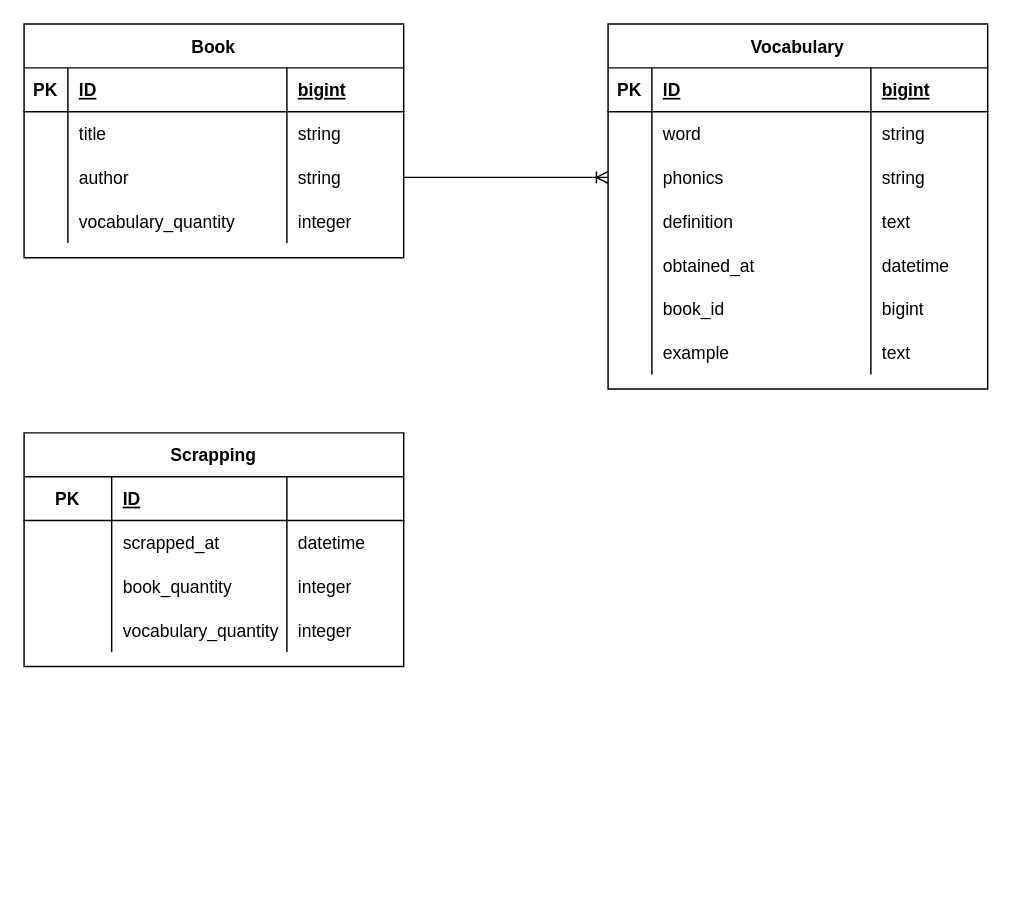
This is db/er/er.drawio from Kubo-yu/vocab-from-kindle, a draw.io file, before an edit. Source tidied: cells renumbered, new cells numbered last; positions are measured from the earlier drawing's top-left corner, leaving out a move shared by most shapes. Both pictures are drawn from the tidied source at 146%, with x=0, y=0 at pixel (23, 23).
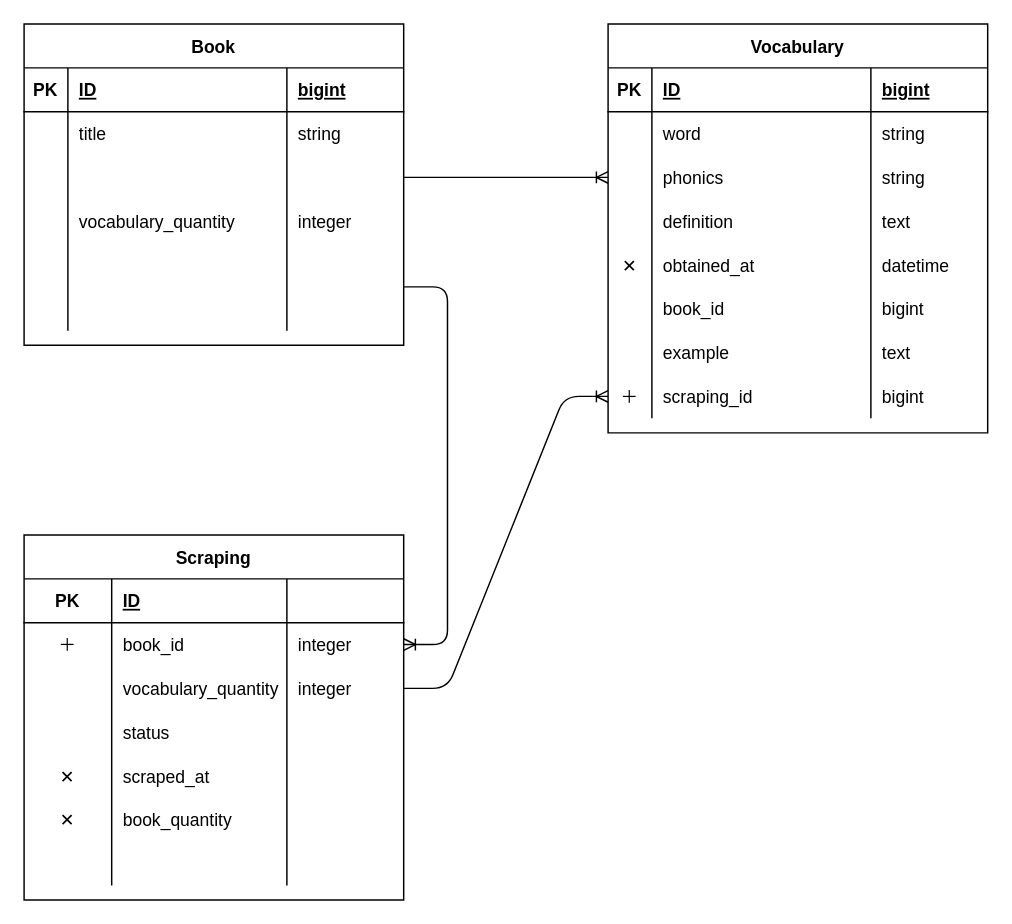
The same diagram, later.

The change refers to these unchanged cells:
```xml
<mxCell id="11" style="shape=partialRectangle;fillColor=none;top=0;left=0;bottom=0;right=0;points=[[0,0.5],[1,0.5]];portConstraint=eastwest;" parent="2" vertex="1">
  <mxGeometry y="90" width="260" height="30" as="geometry" />
</mxCell>
<mxCell id="36" style="shape=partialRectangle;fillColor=none;top=0;left=0;bottom=0;right=0;" parent="19" vertex="1">
  <mxGeometry y="150" width="260" height="30" as="geometry" />
</mxCell>
```

The edit, as a diff of the source:
```diff
@@
     <mxCell id="2" value="Book" style="shape=table;startSize=30;childLayout=tableLayout;rowLines=0;fontStyle=1;align=center;" parent="1" vertex="1">
-      <mxGeometry width="260" height="160" as="geometry" />
+      <mxGeometry width="260" height="220" as="geometry" />
     </mxCell>
@@
-    <mxCell id="13" value="author" style="shape=partialRectangle;fillColor=none;top=0;left=0;bottom=0;right=0;align=left;spacingLeft=6;overflow=hidden;" parent="11" vertex="1">
+    <mxCell id="13" style="shape=partialRectangle;fillColor=none;top=0;left=0;bottom=0;right=0;align=left;spacingLeft=6;overflow=hidden;" parent="11" vertex="1">
       <mxGeometry x="30" width="150" height="30" as="geometry" />
     </mxCell>
-    <mxCell id="14" value="string" style="shape=partialRectangle;fillColor=none;top=0;left=0;bottom=0;right=0;align=left;spacingLeft=6;overflow=hidden;" parent="11" vertex="1">
+    <mxCell id="14" style="shape=partialRectangle;fillColor=none;top=0;left=0;bottom=0;right=0;align=left;spacingLeft=6;overflow=hidden;" parent="11" vertex="1">
       <mxGeometry x="180" width="80" height="30" as="geometry" />
     </mxCell>
@@
+    <mxCell id="66" style="shape=partialRectangle;fillColor=none;top=0;left=0;bottom=0;right=0;" parent="2" vertex="1">
+      <mxGeometry y="150" width="260" height="30" as="geometry" />
+    </mxCell>
+    <mxCell id="67" style="shape=partialRectangle;fillColor=none;top=0;left=0;bottom=0;right=0;overflow=hidden;" parent="66" vertex="1">
+      <mxGeometry width="30" height="30" as="geometry" />
+    </mxCell>
+    <mxCell id="68" style="shape=partialRectangle;fillColor=none;top=0;left=0;bottom=0;right=0;align=left;spacingLeft=6;overflow=hidden;" parent="66" vertex="1">
+      <mxGeometry x="30" width="150" height="30" as="geometry" />
+    </mxCell>
+    <mxCell id="69" style="shape=partialRectangle;fillColor=none;top=0;left=0;bottom=0;right=0;align=left;spacingLeft=6;overflow=hidden;" parent="66" vertex="1">
+      <mxGeometry x="180" width="80" height="30" as="geometry" />
+    </mxCell>
+    <mxCell id="70" style="shape=partialRectangle;fillColor=none;top=0;left=0;bottom=0;right=0;" parent="2" vertex="1">
+      <mxGeometry y="180" width="260" height="30" as="geometry" />
+    </mxCell>
+    <mxCell id="71" style="shape=partialRectangle;fillColor=none;top=0;left=0;bottom=0;right=0;overflow=hidden;" parent="70" vertex="1">
+      <mxGeometry width="30" height="30" as="geometry" />
+    </mxCell>
+    <mxCell id="72" style="shape=partialRectangle;fillColor=none;top=0;left=0;bottom=0;right=0;align=left;spacingLeft=6;overflow=hidden;" parent="70" vertex="1">
+      <mxGeometry x="30" width="150" height="30" as="geometry" />
+    </mxCell>
+    <mxCell id="73" style="shape=partialRectangle;fillColor=none;top=0;left=0;bottom=0;right=0;align=left;spacingLeft=6;overflow=hidden;" parent="70" vertex="1">
+      <mxGeometry x="180" width="80" height="30" as="geometry" />
+    </mxCell>
     <mxCell id="19" value="Vocabulary" style="shape=table;startSize=30;childLayout=tableLayout;rowLines=0;fontStyle=1;align=center;" parent="1" vertex="1">
-      <mxGeometry x="400" width="260" height="250" as="geometry" />
+      <mxGeometry x="400" width="260" height="280" as="geometry" />
     </mxCell>
@@
-    <mxCell id="37" style="shape=partialRectangle;fillColor=none;top=0;left=0;bottom=0;right=0;overflow=hidden;" parent="36" vertex="1">
+    <mxCell id="37" value="✕" style="shape=partialRectangle;fillColor=none;top=0;left=0;bottom=0;right=0;overflow=hidden;" parent="36" vertex="1">
       <mxGeometry width="30" height="30" as="geometry" />
     </mxCell>
@@
+    <mxCell id="74" style="shape=partialRectangle;fillColor=none;top=0;left=0;bottom=0;right=0;points=[[0,0.5],[1,0.5]];portConstraint=eastwest;" parent="19" vertex="1">
+      <mxGeometry y="240" width="260" height="30" as="geometry" />
+    </mxCell>
+    <mxCell id="75" value="＋" style="shape=partialRectangle;fillColor=none;top=0;left=0;bottom=0;right=0;overflow=hidden;" parent="74" vertex="1">
+      <mxGeometry width="30" height="30" as="geometry" />
+    </mxCell>
+    <mxCell id="76" value="scraping_id" style="shape=partialRectangle;fillColor=none;top=0;left=0;bottom=0;right=0;align=left;spacingLeft=6;overflow=hidden;" parent="74" vertex="1">
+      <mxGeometry x="30" width="150" height="30" as="geometry" />
+    </mxCell>
+    <mxCell id="77" value="bigint" style="shape=partialRectangle;fillColor=none;top=0;left=0;bottom=0;right=0;align=left;spacingLeft=6;overflow=hidden;" parent="74" vertex="1">
+      <mxGeometry x="180" width="80" height="30" as="geometry" />
+    </mxCell>
@@
-    <mxCell id="49" value="Scrapping" style="shape=table;startSize=30;childLayout=tableLayout;rowLines=0;fontStyle=1;align=center;" parent="1" vertex="1">
-      <mxGeometry y="280" width="260" height="160" as="geometry" />
+    <mxCell id="49" value="Scraping" style="shape=table;startSize=30;childLayout=tableLayout;rowLines=0;fontStyle=1;align=center;" parent="1" vertex="1">
+      <mxGeometry y="350" width="260" height="250" as="geometry" />
     </mxCell>
@@
-    <mxCell id="54" style="shape=partialRectangle;fillColor=none;top=0;left=0;bottom=0;right=0;" parent="49" vertex="1">
-      <mxGeometry y="60" width="260" height="30" as="geometry" />
-    </mxCell>
-    <mxCell id="55" style="shape=partialRectangle;fillColor=none;top=0;left=0;bottom=0;right=0;overflow=hidden;" parent="54" vertex="1">
-      <mxGeometry width="60" height="30" as="geometry" />
-    </mxCell>
-    <mxCell id="56" value="scrapped_at" style="shape=partialRectangle;fillColor=none;top=0;left=0;bottom=0;right=0;align=left;spacingLeft=6;overflow=hidden;" parent="54" vertex="1">
-      <mxGeometry x="60" width="120" height="30" as="geometry" />
-    </mxCell>
-    <mxCell id="57" value="datetime" style="shape=partialRectangle;fillColor=none;top=0;left=0;bottom=0;right=0;align=left;spacingLeft=6;overflow=hidden;" parent="54" vertex="1">
-      <mxGeometry x="180" width="80" height="30" as="geometry" />
-    </mxCell>
     <mxCell id="58" style="shape=partialRectangle;fillColor=none;top=0;left=0;bottom=0;right=0;points=[[0,0.5],[1,0.5]];portConstraint=eastwest;" parent="49" vertex="1">
-      <mxGeometry y="90" width="260" height="30" as="geometry" />
+      <mxGeometry y="60" width="260" height="30" as="geometry" />
     </mxCell>
-    <mxCell id="59" style="shape=partialRectangle;fillColor=none;top=0;left=0;bottom=0;right=0;overflow=hidden;" parent="58" vertex="1">
+    <mxCell id="59" value="＋" style="shape=partialRectangle;fillColor=none;top=0;left=0;bottom=0;right=0;overflow=hidden;" parent="58" vertex="1">
       <mxGeometry width="60" height="30" as="geometry" />
     </mxCell>
-    <mxCell id="60" value="book_quantity" style="shape=partialRectangle;fillColor=none;top=0;left=0;bottom=0;right=0;align=left;spacingLeft=6;overflow=hidden;" parent="58" vertex="1">
+    <mxCell id="60" value="book_id" style="shape=partialRectangle;fillColor=none;top=0;left=0;bottom=0;right=0;align=left;spacingLeft=6;overflow=hidden;" parent="58" vertex="1">
       <mxGeometry x="60" width="120" height="30" as="geometry" />
     </mxCell>
@@
     <mxCell id="62" style="shape=partialRectangle;fillColor=none;top=0;left=0;bottom=0;right=0;points=[[0,0.5],[1,0.5]];portConstraint=eastwest;" parent="49" vertex="1">
-      <mxGeometry y="120" width="260" height="30" as="geometry" />
+      <mxGeometry y="90" width="260" height="30" as="geometry" />
     </mxCell>
@@
+    <mxCell id="78" style="shape=partialRectangle;fillColor=none;top=0;left=0;bottom=0;right=0;" parent="49" vertex="1">
+      <mxGeometry y="120" width="260" height="30" as="geometry" />
+    </mxCell>
+    <mxCell id="79" style="shape=partialRectangle;fillColor=none;top=0;left=0;bottom=0;right=0;overflow=hidden;" parent="78" vertex="1">
+      <mxGeometry width="60" height="30" as="geometry" />
+    </mxCell>
+    <mxCell id="80" value="status" style="shape=partialRectangle;fillColor=none;top=0;left=0;bottom=0;right=0;align=left;spacingLeft=6;overflow=hidden;" parent="78" vertex="1">
+      <mxGeometry x="60" width="120" height="30" as="geometry" />
+    </mxCell>
+    <mxCell id="81" style="shape=partialRectangle;fillColor=none;top=0;left=0;bottom=0;right=0;align=left;spacingLeft=6;overflow=hidden;" parent="78" vertex="1">
+      <mxGeometry x="180" width="80" height="30" as="geometry" />
+    </mxCell>
+    <mxCell id="82" style="shape=partialRectangle;fillColor=none;top=0;left=0;bottom=0;right=0;" parent="49" vertex="1">
+      <mxGeometry y="150" width="260" height="30" as="geometry" />
+    </mxCell>
+    <mxCell id="83" value="✕" style="shape=partialRectangle;fillColor=none;top=0;left=0;bottom=0;right=0;overflow=hidden;" parent="82" vertex="1">
+      <mxGeometry width="60" height="30" as="geometry" />
+    </mxCell>
+    <mxCell id="84" value="scraped_at" style="shape=partialRectangle;fillColor=none;top=0;left=0;bottom=0;right=0;align=left;spacingLeft=6;overflow=hidden;" parent="82" vertex="1">
+      <mxGeometry x="60" width="120" height="30" as="geometry" />
+    </mxCell>
+    <mxCell id="85" style="shape=partialRectangle;fillColor=none;top=0;left=0;bottom=0;right=0;align=left;spacingLeft=6;overflow=hidden;" parent="82" vertex="1">
+      <mxGeometry x="180" width="80" height="30" as="geometry" />
+    </mxCell>
+    <mxCell id="86" style="shape=partialRectangle;fillColor=none;top=0;left=0;bottom=0;right=0;" parent="49" vertex="1">
+      <mxGeometry y="180" width="260" height="30" as="geometry" />
+    </mxCell>
+    <mxCell id="87" value="✕" style="shape=partialRectangle;fillColor=none;top=0;left=0;bottom=0;right=0;overflow=hidden;" parent="86" vertex="1">
+      <mxGeometry width="60" height="30" as="geometry" />
+    </mxCell>
+    <mxCell id="88" value="book_quantity" style="shape=partialRectangle;fillColor=none;top=0;left=0;bottom=0;right=0;align=left;spacingLeft=6;overflow=hidden;" parent="86" vertex="1">
+      <mxGeometry x="60" width="120" height="30" as="geometry" />
+    </mxCell>
+    <mxCell id="89" style="shape=partialRectangle;fillColor=none;top=0;left=0;bottom=0;right=0;align=left;spacingLeft=6;overflow=hidden;" parent="86" vertex="1">
+      <mxGeometry x="180" width="80" height="30" as="geometry" />
+    </mxCell>
+    <mxCell id="90" style="shape=partialRectangle;fillColor=none;top=0;left=0;bottom=0;right=0;" parent="49" vertex="1">
+      <mxGeometry y="210" width="260" height="30" as="geometry" />
+    </mxCell>
+    <mxCell id="91" style="shape=partialRectangle;fillColor=none;top=0;left=0;bottom=0;right=0;overflow=hidden;" parent="90" vertex="1">
+      <mxGeometry width="60" height="30" as="geometry" />
+    </mxCell>
+    <mxCell id="92" style="shape=partialRectangle;fillColor=none;top=0;left=0;bottom=0;right=0;align=left;spacingLeft=6;overflow=hidden;" parent="90" vertex="1">
+      <mxGeometry x="60" width="120" height="30" as="geometry" />
+    </mxCell>
+    <mxCell id="93" style="shape=partialRectangle;fillColor=none;top=0;left=0;bottom=0;right=0;align=left;spacingLeft=6;overflow=hidden;" parent="90" vertex="1">
+      <mxGeometry x="180" width="80" height="30" as="geometry" />
+    </mxCell>
+    <mxCell id="94" style="edgeStyle=entityRelationEdgeStyle;fontSize=12;html=1;endArrow=ERoneToMany;entryX=0;entryY=0.5;entryDx=0;entryDy=0;exitX=1;exitY=0.5;exitDx=0;exitDy=0;" parent="1" edge="1" source="62" target="74">
+      <mxGeometry relative="1" as="geometry" />
+    </mxCell>
+    <mxCell id="95" style="edgeStyle=entityRelationEdgeStyle;fontSize=12;html=1;endArrow=ERoneToMany;exitX=1;exitY=0.5;exitDx=0;exitDy=0;entryX=1;entryY=0.5;entryDx=0;entryDy=0;" parent="1" edge="1" target="58">
+      <mxGeometry relative="1" as="geometry">
+        <mxPoint x="260" y="180" as="sourcePoint" />
+      </mxGeometry>
+    </mxCell>
```
